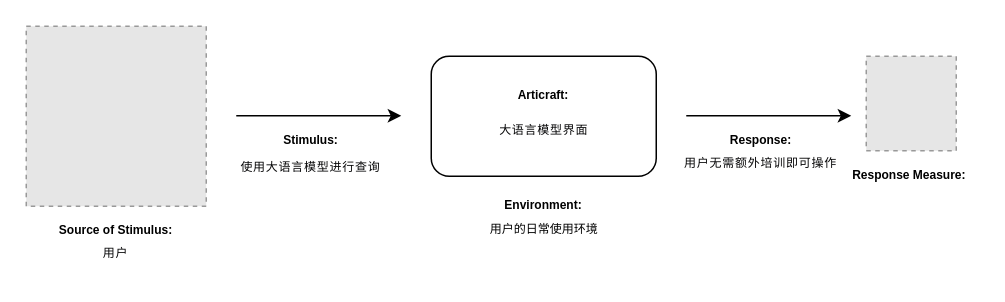
Earlier version of the draw.io diagram diagrams/Usability.drawio (YuhangChan/Diagrams). Source tidied: cells renumbered, new cells numbered last; positions are measured from the earlier drawing's top-left corner, leaving out a move shared by most shapes. Both pictures are drawn from the tidied source at 150%, with x=0, y=0 at pixel (26, 26). Pictures stored in the file or linked from it are replaced by grey dashed boxes.
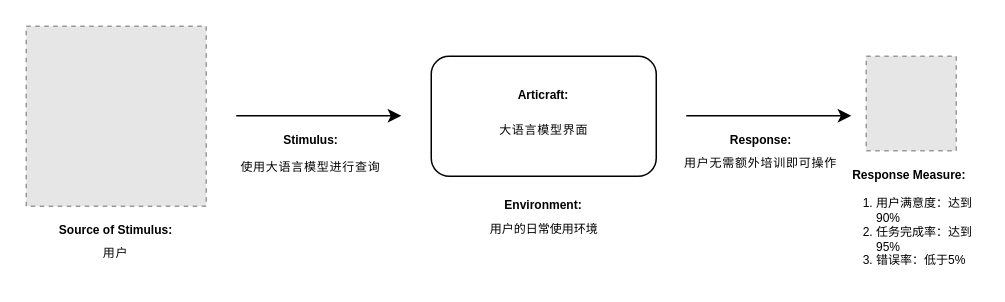
After the change.

Change to the diagram source:
```diff
@@
+    <mxCell id="18" value="&lt;ol style=&quot;font-size: 8px;&quot;&gt;&lt;li style=&quot;box-sizing: inherit;&quot;&gt;用户满意度：达到90%&lt;/li&gt;&lt;li style=&quot;box-sizing: inherit;&quot;&gt;任务完成率：达到95%&lt;/li&gt;&lt;li style=&quot;box-sizing: inherit; font-size: 8px;&quot;&gt;错误率：低于5%&lt;/li&gt;&lt;/ol&gt;" style="text;strokeColor=none;fillColor=none;html=1;whiteSpace=wrap;verticalAlign=middle;overflow=hidden;align=left;" parent="1" vertex="1">
+      <mxGeometry x="525" y="103.5" width="110" height="63" as="geometry" />
+    </mxCell>
```
